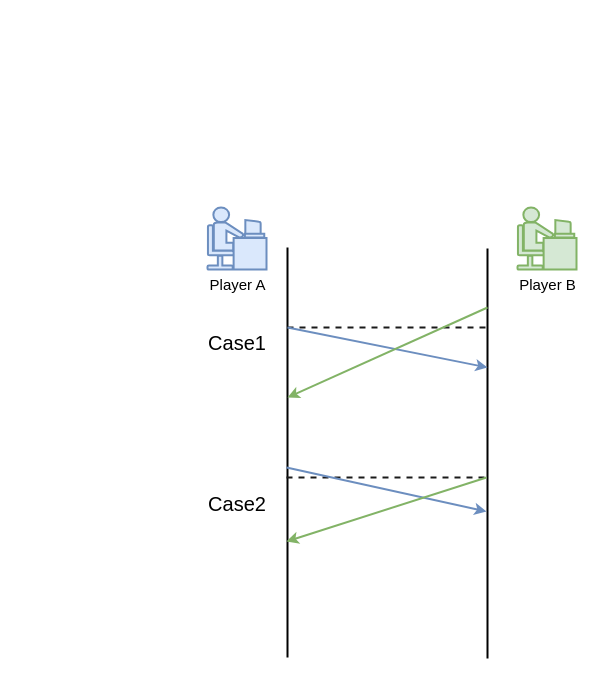
Above: page "Problem statement" (3 of 9) of booming/Booming 104ppt-17.drawio in yrdimple/flowChart (draw.io), before the change. Source tidied: cells renumbered, new cells numbered last; positions are measured from the earlier drawing's top-left corner, leaving out a move shared by most shapes. Both pictures are drawn from the tidied source at 100%, with x=0, y=0 at pixel (17, 17).
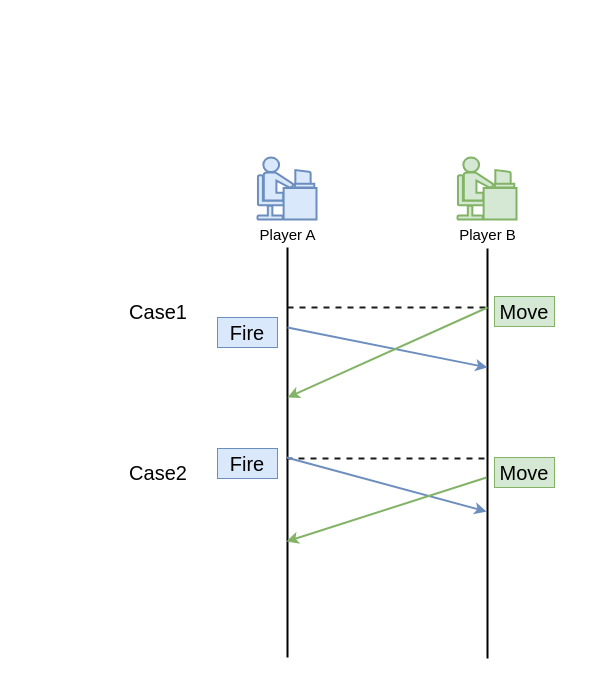
Above is the later version.

Diff of the diagram source:
```diff
@@
     <mxCell id="3" value="Player A" style="shape=mxgraph.cisco.people.androgenous_person;html=1;dashed=0;fillColor=#dae8fc;strokeColor=#6c8ebf;strokeWidth=2;verticalLabelPosition=bottom;verticalAlign=top;align=center;fontSize=15;" parent="1" vertex="1">
-      <mxGeometry x="190" y="190" width="59" height="62" as="geometry" />
+      <mxGeometry x="240" y="140" width="59" height="62" as="geometry" />
     </mxCell>
     <mxCell id="4" value="Player B" style="shape=mxgraph.cisco.people.androgenous_person;html=1;dashed=0;fillColor=#d5e8d4;strokeColor=#82b366;strokeWidth=2;verticalLabelPosition=bottom;verticalAlign=top;align=center;fontSize=15;" parent="1" vertex="1">
-      <mxGeometry x="500" y="190" width="59" height="62" as="geometry" />
+      <mxGeometry x="440" y="140" width="59" height="62" as="geometry" />
     </mxCell>
@@
     <mxCell id="7" style="endArrow=none;startArrow=none;html=1;rounded=0;fontSize=22;fontColor=#CC0000;strokeColor=#1A1A1A;strokeWidth=2;endFill=0;startFill=0;dashed=1;" parent="1" edge="1">
       <mxGeometry relative="1" as="geometry">
-        <mxPoint x="270" y="310" as="sourcePoint" />
-        <mxPoint x="470" y="310" as="targetPoint" />
+        <mxPoint x="270" y="290" as="sourcePoint" />
+        <mxPoint x="470" y="290" as="targetPoint" />
       </mxGeometry>
     </mxCell>
@@
     <mxCell id="10" style="endArrow=none;startArrow=none;html=1;rounded=0;fontSize=22;fontColor=#CC0000;strokeColor=#1A1A1A;strokeWidth=2;endFill=0;startFill=0;dashed=1;" parent="1" edge="1">
       <mxGeometry relative="1" as="geometry">
-        <mxPoint x="269" y="460" as="sourcePoint" />
-        <mxPoint x="469" y="460" as="targetPoint" />
+        <mxPoint x="269" y="441" as="sourcePoint" />
+        <mxPoint x="469" y="441" as="targetPoint" />
       </mxGeometry>
     </mxCell>
     <mxCell id="11" style="endArrow=classic;html=1;rounded=0;fontColor=#FF3333;strokeColor=#6c8ebf;strokeWidth=2;fillColor=#dae8fc;" parent="1" edge="1">
       <mxGeometry relative="1" as="geometry">
-        <mxPoint x="269" y="450" as="sourcePoint" />
+        <mxPoint x="269" y="440" as="sourcePoint" />
         <mxPoint x="469" y="494" as="targetPoint" />
       </mxGeometry>
     </mxCell>
@@
     <mxCell id="13" value="&lt;font color=&quot;#000000&quot; style=&quot;font-size: 20px;&quot;&gt;Case1&lt;/font&gt;" style="text;html=1;strokeColor=none;fillColor=none;align=center;verticalAlign=middle;whiteSpace=wrap;rounded=0;fontColor=#FF3333;" parent="1" vertex="1">
-      <mxGeometry x="190" y="310" width="60" height="30" as="geometry" />
+      <mxGeometry x="111" y="279" width="60" height="30" as="geometry" />
     </mxCell>
     <mxCell id="14" value="&lt;font color=&quot;#000000&quot; style=&quot;font-size: 20px;&quot;&gt;Case2&lt;br&gt;&lt;/font&gt;" style="text;html=1;strokeColor=none;fillColor=none;align=center;verticalAlign=middle;whiteSpace=wrap;rounded=0;fontColor=#FF3333;" parent="1" vertex="1">
-      <mxGeometry x="190" y="471" width="60" height="30" as="geometry" />
+      <mxGeometry x="111" y="440" width="60" height="30" as="geometry" />
     </mxCell>
+    <mxCell id="15" value="Fire" style="text;html=1;strokeColor=#6c8ebf;fillColor=#dae8fc;align=center;verticalAlign=middle;whiteSpace=wrap;rounded=0;fontSize=20;" parent="1" vertex="1">
+      <mxGeometry x="200" y="300" width="60" height="30" as="geometry" />
+    </mxCell>
+    <mxCell id="16" value="Fire" style="text;html=1;strokeColor=#6c8ebf;fillColor=#dae8fc;align=center;verticalAlign=middle;whiteSpace=wrap;rounded=0;fontSize=20;" parent="1" vertex="1">
+      <mxGeometry x="200" y="431" width="60" height="30" as="geometry" />
+    </mxCell>
+    <mxCell id="17" value="Move" style="text;html=1;strokeColor=#82b366;fillColor=#d5e8d4;align=center;verticalAlign=middle;whiteSpace=wrap;rounded=0;fontSize=20;" parent="1" vertex="1">
+      <mxGeometry x="477" y="279" width="60" height="30" as="geometry" />
+    </mxCell>
+    <mxCell id="18" value="Move" style="text;html=1;strokeColor=#82b366;fillColor=#d5e8d4;align=center;verticalAlign=middle;whiteSpace=wrap;rounded=0;fontSize=20;" parent="1" vertex="1">
+      <mxGeometry x="477" y="440" width="60" height="30" as="geometry" />
+    </mxCell>
```
